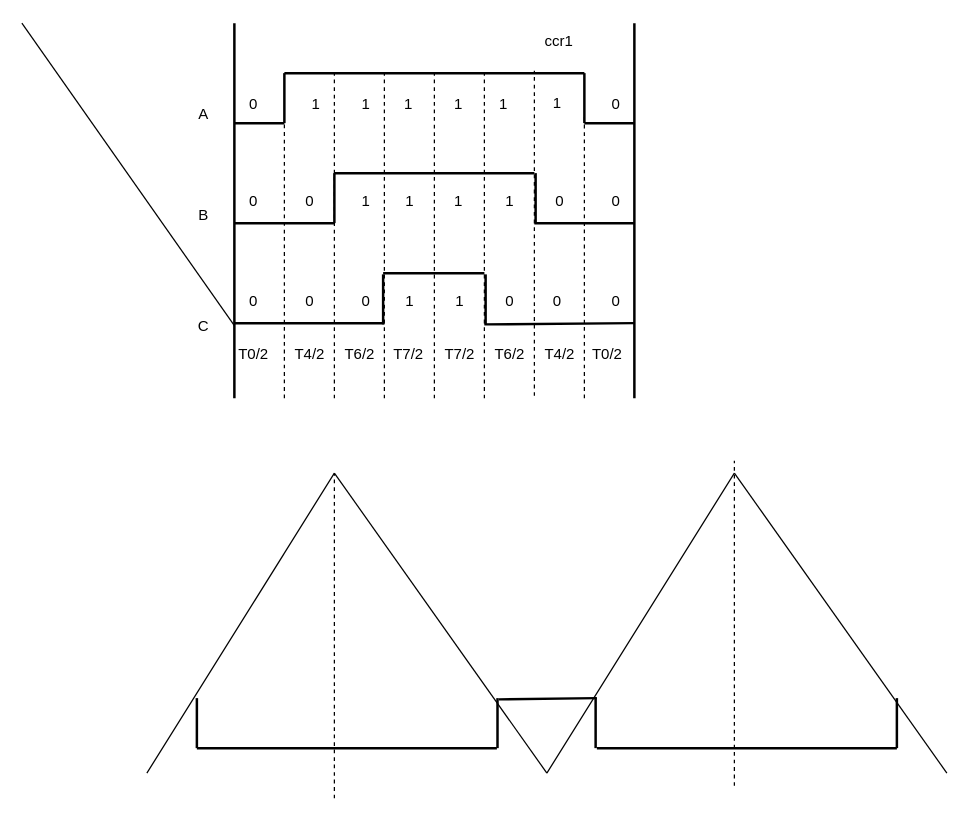
Earlier version of the draw.io diagram page "第 4 页" (4 of 4) of SVPWM 脉冲调制.drawio (Vinson-001/Blog-flow-chart). Source tidied: cells renumbered, new cells numbered last; positions are measured from the earlier drawing's top-left corner, leaving out a move shared by most shapes. Both pictures are drawn from the tidied source at 125%, with x=0, y=0 at pixel (21, 22).
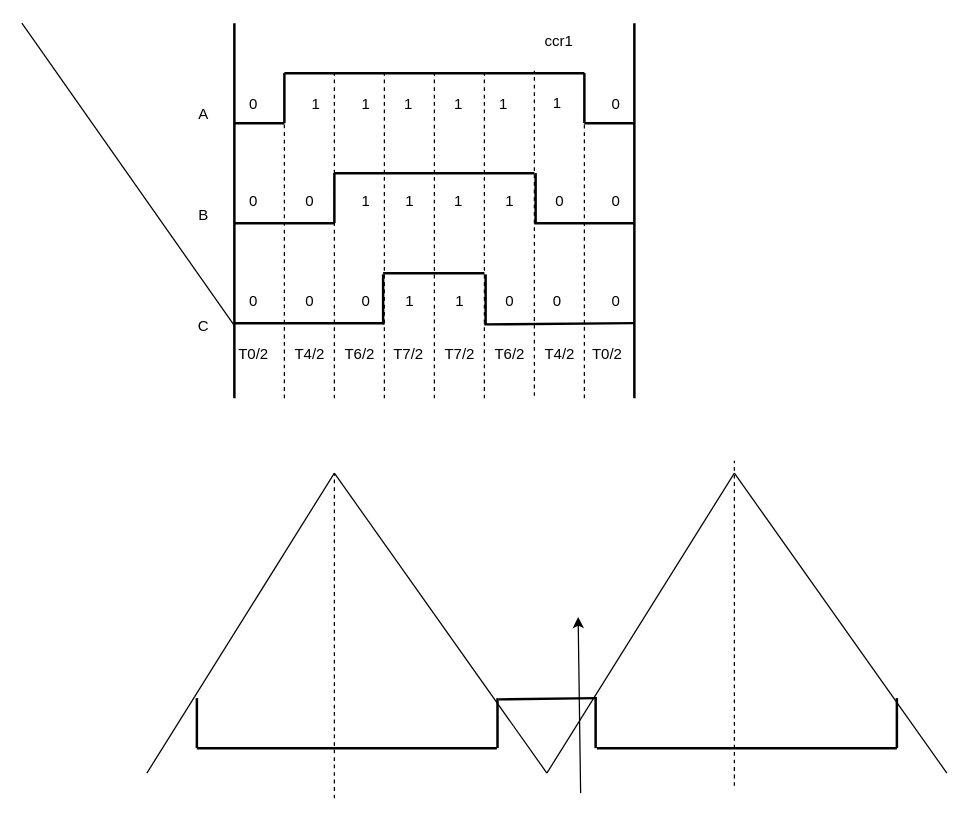
The same diagram, later.

Commit message (it also covers changes not shown here):
更新SVPWM 脉冲调制.drawio

What changed in the source:
```diff
@@
+    <mxCell id="76" style="endArrow=classic;html=1;rounded=0;" parent="1" edge="1">
+      <mxGeometry relative="1" as="geometry">
+        <mxPoint x="447" y="616" as="sourcePoint" />
+        <mxPoint x="445" y="475" as="targetPoint" />
+      </mxGeometry>
+    </mxCell>
```
